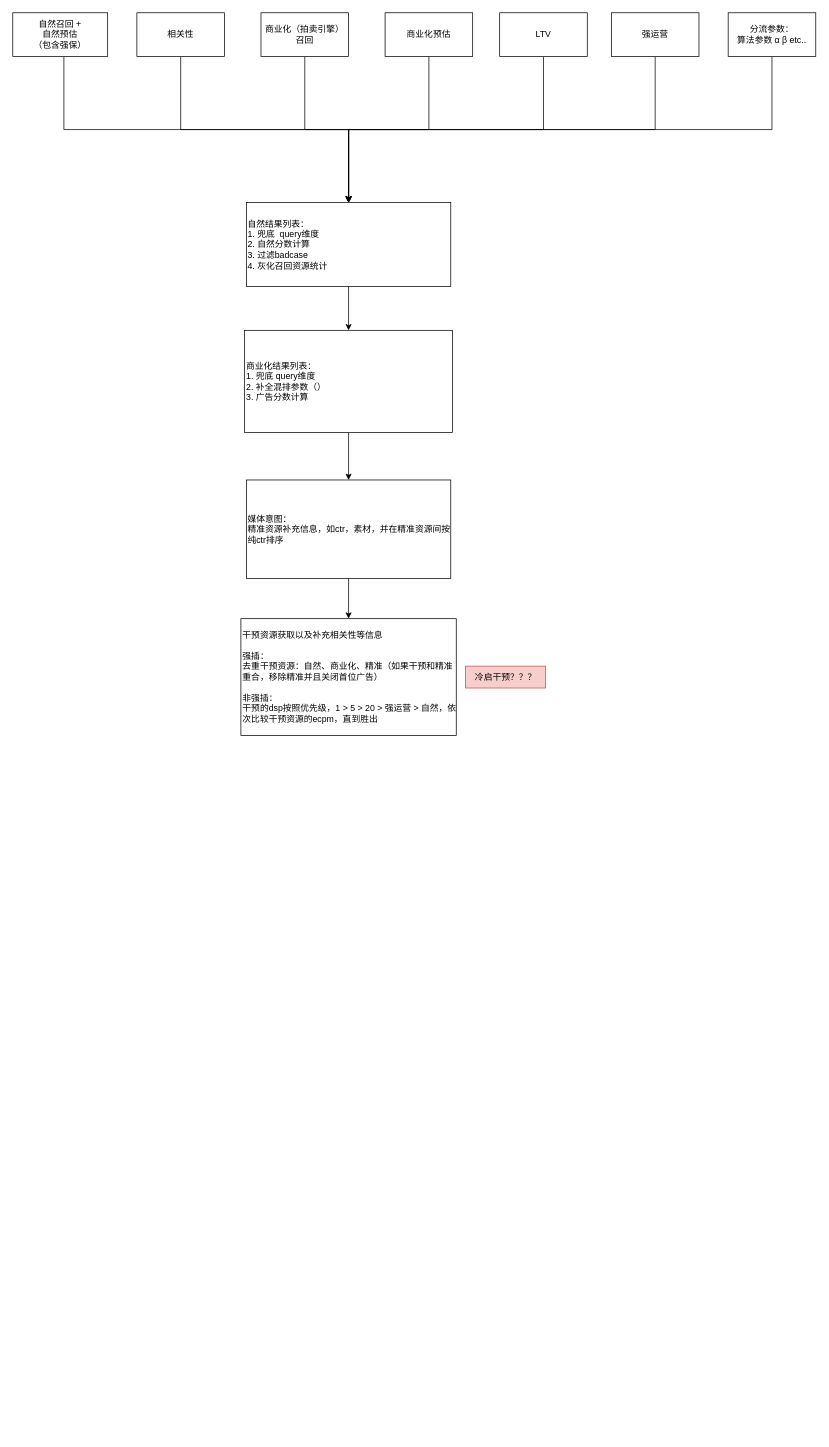
This is 搜索混排.drawio from ETHAN0430/draw.io.repo, a draw.io file, before an edit. Source tidied: cells renumbered, new cells numbered last; positions are measured from the earlier drawing's top-left corner, leaving out a move shared by most shapes. Both pictures are drawn from the tidied source at 73%, with x=0, y=0 at pixel (12, 12).
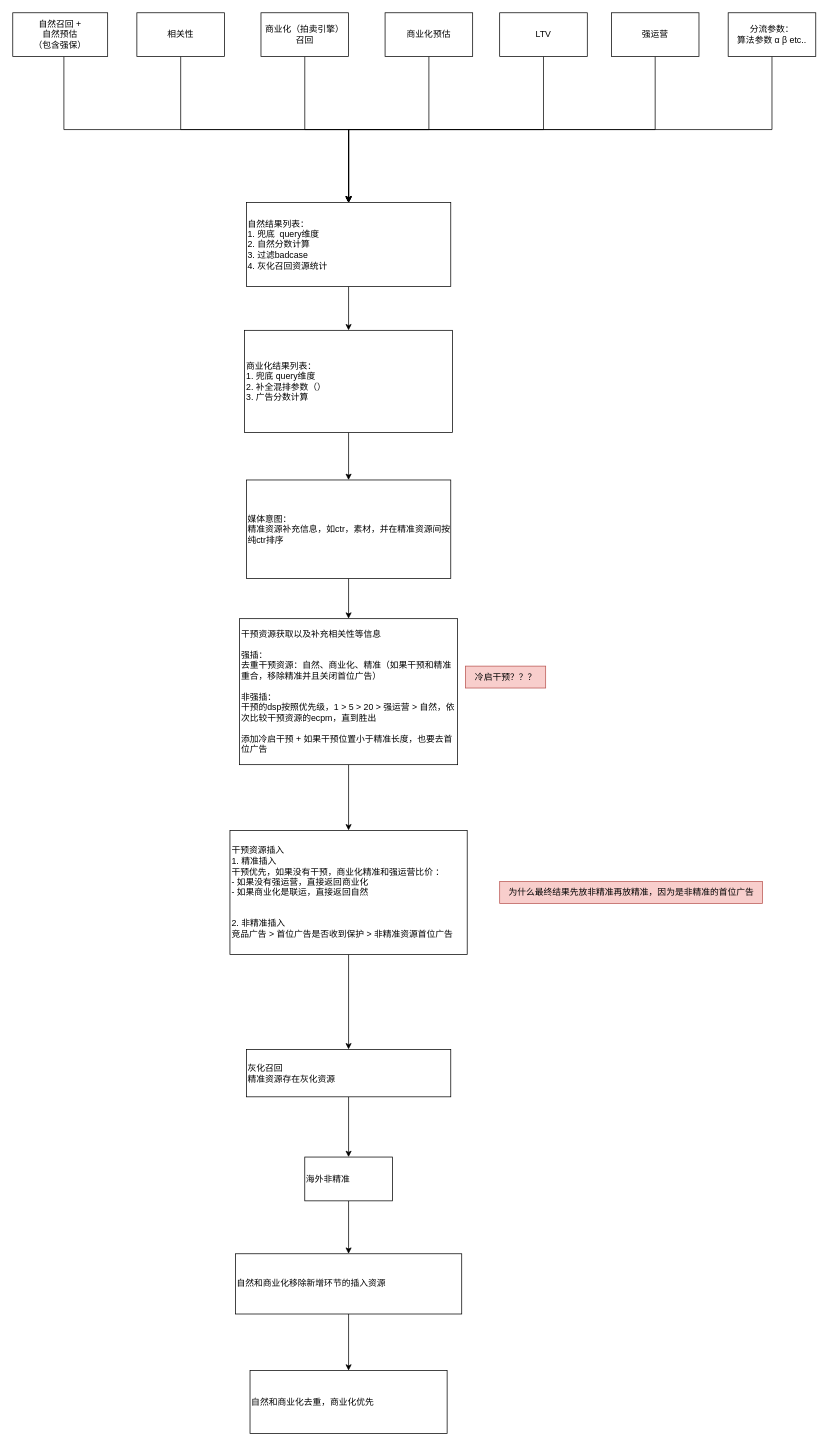
Above is the later version.

Commit message:
更新搜索混排.drawio

Change to the diagram source:
```diff
@@
+    <mxCell id="24" style="edgeStyle=orthogonalEdgeStyle;rounded=0;jettySize=auto;html=1;" parent="1" edge="1" source="22" target="26">
+      <mxGeometry relative="1" as="geometry" />
+    </mxCell>
-    <mxCell id="22" value="干预资源获取以及补充相关性等信息&lt;br&gt;&lt;br&gt;强插：&lt;br&gt;去重干预资源：自然、商业化、精准（如果干预和精准重合，移除精准并且关闭首位广告）&lt;br&gt;&lt;br&gt;非强插：&lt;br&gt;干预的dsp按照优先级，1 &amp;gt; 5 &amp;gt; 20 &amp;gt; 强运营 &amp;gt; 自然，依次比较干预资源的ecpm，直到胜出" style="whiteSpace=wrap;html=1;align=left;rounded=0;" parent="1" vertex="1">
-      <mxGeometry x="312.5" y="830" width="295" height="160" as="geometry" />
+    <mxCell id="22" value="干预资源获取以及补充相关性等信息&lt;br&gt;&lt;br&gt;强插：&lt;br&gt;去重干预资源：自然、商业化、精准（如果干预和精准重合，移除精准并且关闭首位广告）&lt;br&gt;&lt;br&gt;非强插：&lt;br&gt;干预的dsp按照优先级，1 &amp;gt; 5 &amp;gt; 20 &amp;gt; 强运营 &amp;gt; 自然，依次比较干预资源的ecpm，直到胜出&lt;br&gt;&lt;br&gt;添加冷启干预 + 如果干预位置小于精准长度，也要去首位广告&amp;nbsp;" style="whiteSpace=wrap;html=1;align=left;rounded=0;" parent="1" vertex="1">
+      <mxGeometry x="310.6" y="830" width="298.8" height="200" as="geometry" />
     </mxCell>
@@
+    <mxCell id="25" style="edgeStyle=orthogonalEdgeStyle;rounded=0;jettySize=auto;html=1;" parent="1" edge="1" source="26" target="29">
+      <mxGeometry relative="1" as="geometry" />
+    </mxCell>
+    <mxCell id="26" value="干预资源插入&lt;br&gt;1. 精准插入&lt;br&gt;干预优先，如果没有干预，商业化精准和强运营比价 ：&lt;br&gt;- 如果没有强运营，直接返回商业化&lt;br&gt;- 如果商业化是联运，直接返回自然&lt;br&gt;&lt;br&gt;&lt;br&gt;2. 非精准插入&lt;br&gt;竞品广告 &amp;gt; 首位广告是否收到保护 &amp;gt; 非精准资源首位广告" style="whiteSpace=wrap;html=1;align=left;rounded=0;" parent="1" vertex="1">
+      <mxGeometry x="297.5" y="1120" width="325" height="170" as="geometry" />
+    </mxCell>
+    <mxCell id="27" value="为什么最终结果先放非精准再放精准，因为是非精准的首位广告" style="text;html=1;align=center;verticalAlign=middle;strokeColor=#b85450;fillColor=#f8cecc;" parent="1" vertex="1">
+      <mxGeometry x="667" y="1190" width="360" height="30" as="geometry" />
+    </mxCell>
+    <mxCell id="28" style="edgeStyle=orthogonalEdgeStyle;rounded=0;jettySize=auto;html=1;" parent="1" edge="1" source="29" target="31">
+      <mxGeometry relative="1" as="geometry" />
+    </mxCell>
+    <mxCell id="29" value="灰化召回&lt;br&gt;精准资源存在灰化资源" style="whiteSpace=wrap;html=1;align=left;rounded=0;" parent="1" vertex="1">
+      <mxGeometry x="320" y="1420" width="280" height="65" as="geometry" />
+    </mxCell>
+    <mxCell id="30" style="edgeStyle=orthogonalEdgeStyle;rounded=0;jettySize=auto;html=1;" parent="1" edge="1" source="31" target="33">
+      <mxGeometry relative="1" as="geometry" />
+    </mxCell>
+    <mxCell id="31" value="海外非精准" style="whiteSpace=wrap;html=1;align=left;rounded=0;" parent="1" vertex="1">
+      <mxGeometry x="400" y="1567.5" width="120" height="60" as="geometry" />
+    </mxCell>
+    <mxCell id="32" style="edgeStyle=orthogonalEdgeStyle;rounded=0;jettySize=auto;html=1;" parent="1" edge="1" source="33" target="34">
+      <mxGeometry relative="1" as="geometry" />
+    </mxCell>
+    <mxCell id="33" value="自然和商业化移除新增环节的插入资源" style="whiteSpace=wrap;html=1;align=left;rounded=0;" parent="1" vertex="1">
+      <mxGeometry x="305" y="1700" width="310" height="82.5" as="geometry" />
+    </mxCell>
+    <mxCell id="34" value="自然和商业化去重，商业化优先" style="whiteSpace=wrap;html=1;align=left;rounded=0;" parent="1" vertex="1">
+      <mxGeometry x="325" y="1860" width="270" height="86.2" as="geometry" />
+    </mxCell>
```
